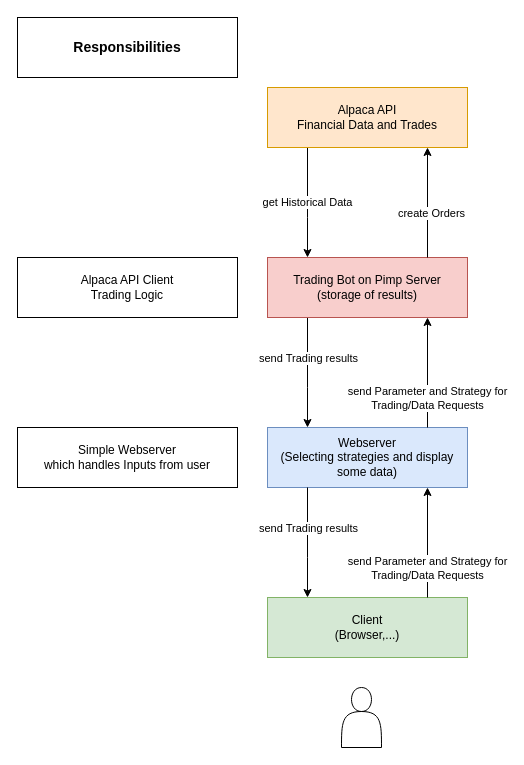
Earlier version of the draw.io diagram page "Architecture" (1 of 3) of Architecture.drawio (naegerob/TradingBot). Source tidied: cells renumbered, new cells numbered last; positions are measured from the earlier drawing's top-left corner, leaving out a move shared by most shapes. Both pictures are drawn from the tidied source at 100%, with x=0, y=0 at pixel (17, 17).
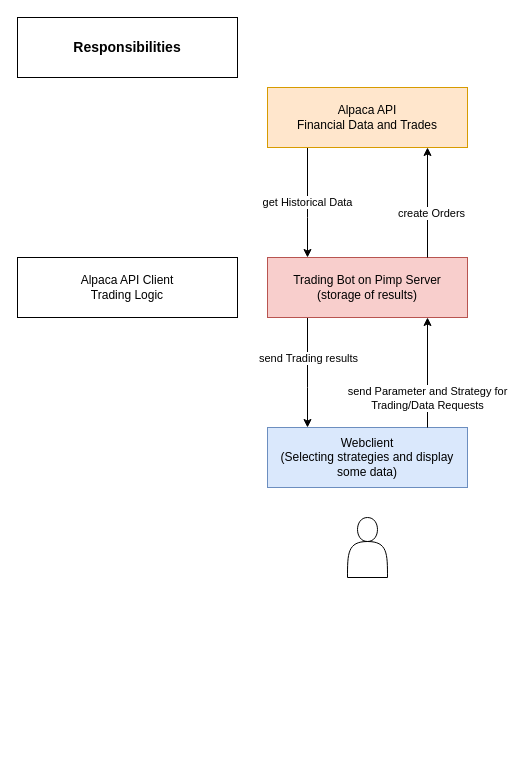
After the change.

What changed in the source:
```diff
@@
-    <mxCell id="7" value="Webserver&lt;br&gt;(Selecting strategies and display some data)" style="rounded=0;whiteSpace=wrap;html=1;fillColor=#dae8fc;strokeColor=#6c8ebf;" parent="1" vertex="1">
+    <mxCell id="7" value="Webclient&lt;br&gt;(Selecting strategies and display some data)" style="rounded=0;whiteSpace=wrap;html=1;fillColor=#dae8fc;strokeColor=#6c8ebf;" parent="1" vertex="1">
       <mxGeometry x="250" y="410" width="200" height="60" as="geometry" />
     </mxCell>
     <mxCell id="8" style="shape=actor;whiteSpace=wrap;html=1;" parent="1" vertex="1">
-      <mxGeometry x="324" y="670" width="40" height="60" as="geometry" />
+      <mxGeometry x="330" y="500" width="40" height="60" as="geometry" />
     </mxCell>
@@
-    <mxCell id="15" value="Simple Webserver&lt;br&gt;which handles Inputs from user" style="rounded=0;whiteSpace=wrap;html=1;" parent="1" vertex="1">
-      <mxGeometry y="410" width="220" height="60" as="geometry" />
-    </mxCell>
-    <mxCell id="16" value="Client&lt;br&gt;(Browser,...)" style="rounded=0;whiteSpace=wrap;html=1;fillColor=#d5e8d4;strokeColor=#82b366;" parent="1" vertex="1">
-      <mxGeometry x="250" y="580" width="200" height="60" as="geometry" />
-    </mxCell>
-    <mxCell id="17" style="edgeStyle=orthogonalEdgeStyle;rounded=0;orthogonalLoop=1;jettySize=auto;html=1;" parent="1" edge="1">
-      <mxGeometry relative="1" as="geometry">
-        <mxPoint x="290" y="470" as="sourcePoint" />
-        <mxPoint x="290" y="580" as="targetPoint" />
-        <Array as="points">
-          <mxPoint x="290" y="540" />
-          <mxPoint x="290" y="540" />
-        </Array>
-      </mxGeometry>
-    </mxCell>
-    <mxCell id="18" value="send Trading results" style="edgeLabel;html=1;align=center;verticalAlign=middle;" parent="17" vertex="1">
-      <mxGeometry x="-0.18" relative="1" as="geometry">
-        <mxPoint y="-5" as="offset" />
-      </mxGeometry>
-    </mxCell>
-    <mxCell id="19" style="edgeStyle=orthogonalEdgeStyle;rounded=0;orthogonalLoop=1;jettySize=auto;html=1;endArrow=none;endFill=0;startArrow=classic;startFill=1;" parent="1" edge="1">
-      <mxGeometry relative="1" as="geometry">
-        <mxPoint x="410" y="470" as="sourcePoint" />
-        <mxPoint x="410" y="580" as="targetPoint" />
-        <Array as="points">
-          <mxPoint x="410" y="540" />
-          <mxPoint x="410" y="540" />
-        </Array>
-      </mxGeometry>
-    </mxCell>
-    <mxCell id="20" value="send Parameter and Strategy for&lt;br&gt;Trading/Data Requests" style="edgeLabel;html=1;align=center;verticalAlign=middle;" parent="19" vertex="1">
-      <mxGeometry x="0.14" y="-1" relative="1" as="geometry">
-        <mxPoint y="17" as="offset" />
-      </mxGeometry>
-    </mxCell>
```
